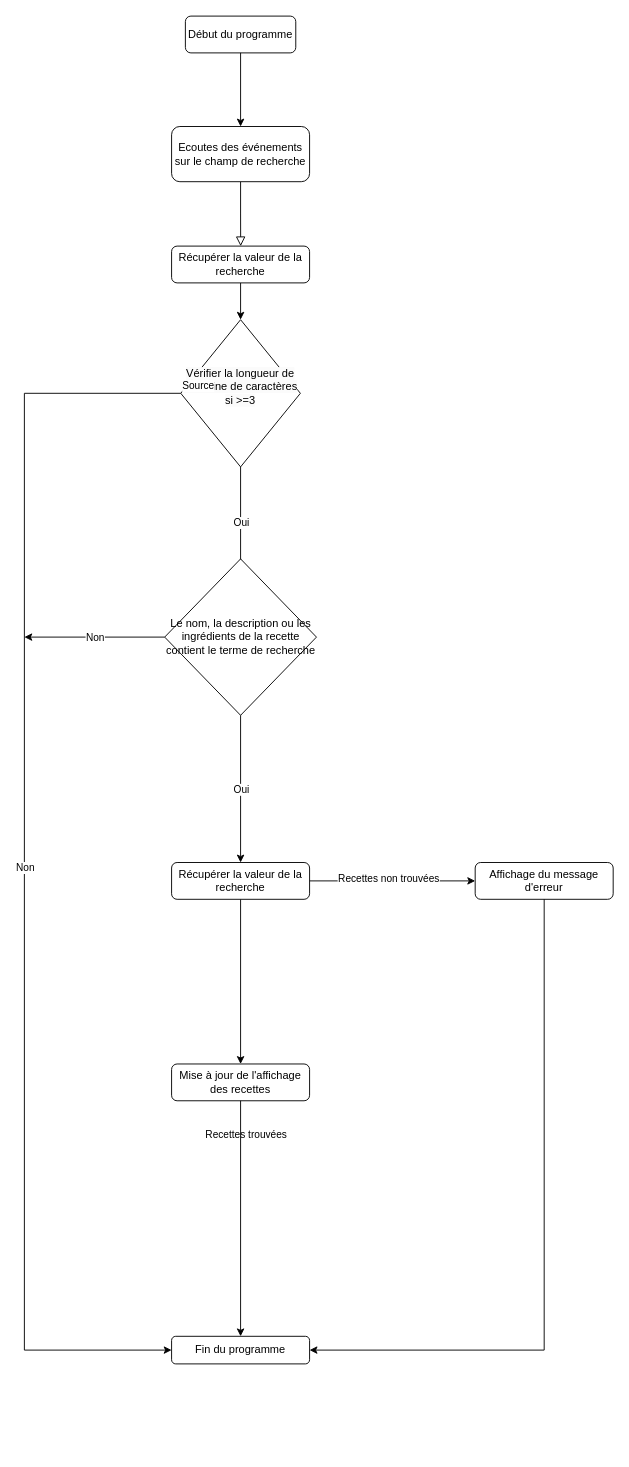
Before: Les_petits_plats.drawio in Courleciel/Les-petits-plats, a draw.io diagram. Source tidied: cells renumbered, new cells numbered last; positions are measured from the earlier drawing's top-left corner, leaving out a move shared by most shapes. Both pictures are drawn from the tidied source at 92%, with x=0, y=0 at pixel (24, 16).
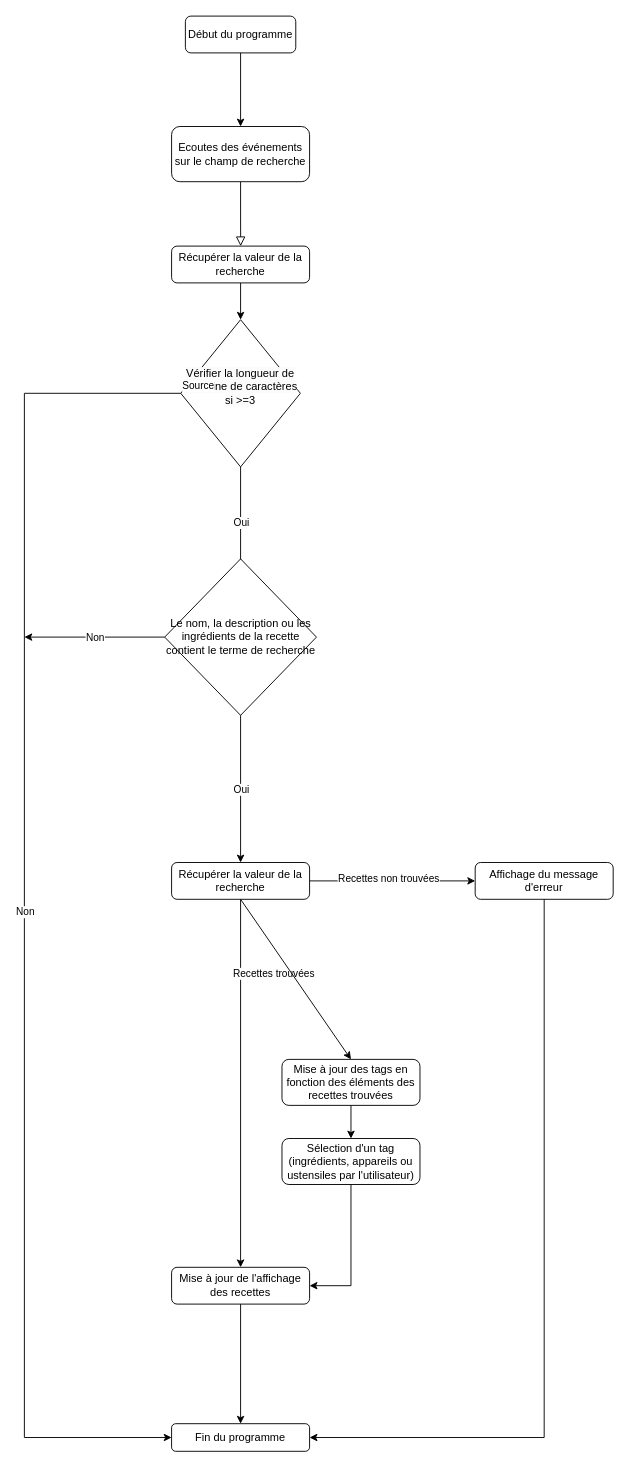
The same diagram, later.

Commit message:
Mettre à jour Les_petits_plats.drawio

Unchanged cells that the change refers to:
```xml
<mxCell id="13" value="Affichage du message d'erreur" style="rounded=1;whiteSpace=wrap;html=1;fontSize=12;glass=0;strokeWidth=1;shadow=0;" parent="1" vertex="1">
  <mxGeometry x="490" y="920" width="150" height="40" as="geometry" />
</mxCell>
<mxCell id="17" value="&#10;&lt;span style=&quot;color: rgb(0, 0, 0); font-family: Helvetica; font-size: 12px; font-style: normal; font-variant-ligatures: normal; font-variant-caps: normal; font-weight: 400; letter-spacing: normal; orphans: 2; text-align: center; text-indent: 0px; text-transform: none; widows: 2; word-spacing: 0px; -webkit-text-stroke-width: 0px; white-space: normal; background-color: rgb(251, 251, 251); text-decoration-thickness: initial; text-decoration-style: initial; text-decoration-color: initial; display: inline !important; float: none;&quot;&gt;Vérifier la longueur de la chaine de caractères si &amp;gt;=3&lt;/span&gt;&#10;&#10;" style="rhombus;whiteSpace=wrap;html=1;" parent="1" vertex="1">
  <mxGeometry x="170" y="330" width="130" height="160" as="geometry" />
</mxCell>
<mxCell id="23" value="Le nom, la description ou les ingrédients de la recette contient le terme de recherche" style="rhombus;whiteSpace=wrap;html=1;" parent="1" vertex="1">
  <mxGeometry x="152.5" y="590" width="165" height="170" as="geometry" />
</mxCell>
<mxCell id="26" value="Récupérer la valeur de la recherche" style="rounded=1;whiteSpace=wrap;html=1;fontSize=12;glass=0;strokeWidth=1;shadow=0;" parent="1" vertex="1">
  <mxGeometry x="160" y="920" width="150" height="40" as="geometry" />
</mxCell>
```

What changed in the source:
```diff
@@
     <mxCell id="8" value="Mise à jour de l'affichage des recettes" style="rounded=1;whiteSpace=wrap;html=1;fontSize=12;glass=0;strokeWidth=1;shadow=0;" parent="1" vertex="1">
-      <mxGeometry x="160" y="1139" width="150" height="40" as="geometry" />
+      <mxGeometry x="160" y="1360" width="150" height="40" as="geometry" />
     </mxCell>
@@
     <mxCell id="10" value="Recettes trouvées" style="edgeLabel;html=1;align=center;verticalAlign=middle;" parent="1" vertex="1">
-      <mxGeometry x="240" y="1215" as="geometry" />
+      <mxGeometry x="270" y="1040" as="geometry" />
     </mxCell>
@@
     <mxCell id="14" value="Fin du programme" style="rounded=1;whiteSpace=wrap;html=1;fontSize=12;glass=0;strokeWidth=1;shadow=0;" parent="1" vertex="1">
-      <mxGeometry x="160" y="1435" width="150" height="30" as="geometry" />
+      <mxGeometry x="160" y="1530" width="150" height="30" as="geometry" />
     </mxCell>
     <mxCell id="15" style="endArrow=classic;html=1;rounded=0;exitX=0.5;exitY=1;exitDx=0;exitDy=0;entryX=1;entryY=0.5;entryDx=0;entryDy=0;" parent="1" edge="1" source="13" target="14">
       <mxGeometry relative="1" as="geometry">
         <Array as="points">
-          <mxPoint x="565" y="1450" />
+          <mxPoint x="565" y="1545" />
         </Array>
       </mxGeometry>
     </mxCell>
-    <mxCell id="16" style="endArrow=classic;html=1;rounded=0;entryX=0.5;entryY=0;entryDx=0;entryDy=0;exitX=0.5;exitY=1;exitDx=0;exitDy=0;" parent="1" edge="1" source="8" target="14">
+    <mxCell id="16" style="endArrow=classic;html=1;rounded=0;exitX=0.5;exitY=1;exitDx=0;exitDy=0;entryX=0.5;entryY=0;entryDx=0;entryDy=0;" parent="1" edge="1" source="8" target="14">
       <mxGeometry relative="1" as="geometry" />
     </mxCell>
@@
     <mxCell id="20" style="endArrow=classic;html=1;rounded=0;exitX=0;exitY=0.5;exitDx=0;exitDy=0;entryX=0;entryY=0.5;entryDx=0;entryDy=0;" parent="1" edge="1" source="17" target="14">
       <mxGeometry relative="1" as="geometry">
         <Array as="points">
           <mxPoint y="410" />
-          <mxPoint y="1450" />
+          <mxPoint y="1545" />
         </Array>
       </mxGeometry>
     </mxCell>
@@
-    <mxCell id="24" style="endArrow=classic;html=1;rounded=0;exitX=0.5;exitY=1;exitDx=0;exitDy=0;" parent="1" edge="1" source="23">
-      <mxGeometry relative="1" as="geometry">
-        <mxPoint x="235" y="920" as="targetPoint" />
-      </mxGeometry>
+    <mxCell id="24" style="endArrow=classic;html=1;rounded=0;exitX=0.5;exitY=1;exitDx=0;exitDy=0;entryX=0.5;entryY=0;entryDx=0;entryDy=0;" parent="1" edge="1" source="23" target="26">
+      <mxGeometry relative="1" as="geometry" />
     </mxCell>
@@
+    <mxCell id="29" value="Mise à jour des tags en fonction des éléments des recettes trouvées" style="rounded=1;whiteSpace=wrap;html=1;fontSize=12;glass=0;strokeWidth=1;shadow=0;" parent="1" vertex="1">
+      <mxGeometry x="280" y="1134" width="150" height="50" as="geometry" />
+    </mxCell>
+    <mxCell id="30" value="Sélection d'un tag (ingrédients, appareils ou ustensiles par l'utilisateur)" style="rounded=1;whiteSpace=wrap;html=1;fontSize=12;glass=0;strokeWidth=1;shadow=0;" parent="1" vertex="1">
+      <mxGeometry x="280" y="1220" width="150" height="50" as="geometry" />
+    </mxCell>
+    <mxCell id="31" style="endArrow=classic;html=1;rounded=0;exitX=0.5;exitY=1;exitDx=0;exitDy=0;entryX=0.5;entryY=0;entryDx=0;entryDy=0;" parent="1" edge="1" source="26" target="29">
+      <mxGeometry relative="1" as="geometry" />
+    </mxCell>
+    <mxCell id="32" style="endArrow=classic;html=1;rounded=0;exitX=0.5;exitY=1;exitDx=0;exitDy=0;entryX=0.5;entryY=0;entryDx=0;entryDy=0;" parent="1" edge="1" source="29" target="30">
+      <mxGeometry relative="1" as="geometry" />
+    </mxCell>
+    <mxCell id="33" style="endArrow=classic;html=1;rounded=0;exitX=0.5;exitY=1;exitDx=0;exitDy=0;entryX=1;entryY=0.5;entryDx=0;entryDy=0;" parent="1" edge="1" source="30" target="8">
+      <mxGeometry relative="1" as="geometry">
+        <Array as="points">
+          <mxPoint x="355" y="1380" />
+        </Array>
+      </mxGeometry>
+    </mxCell>
```
